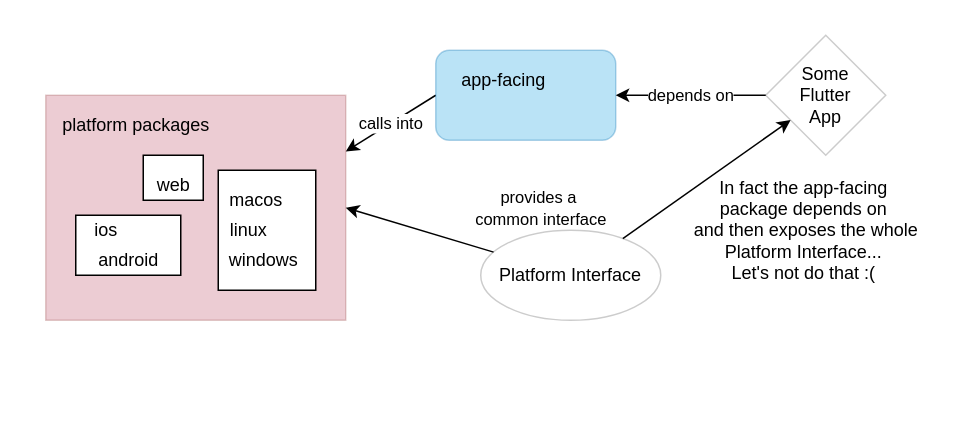
This is page "Federated Plugin" (1 of 7) of packages/flutter-plugins/flutter_box2d/flutter_box2d/docs/design/overall.dio from enspyrco/monorepo, a draw.io file, before an edit. Source tidied: cells renumbered, new cells numbered last; positions are measured from the earlier drawing's top-left corner, leaving out a move shared by most shapes. Both pictures are drawn from the tidied source at 150%, with x=0, y=0 at pixel (45, 34).
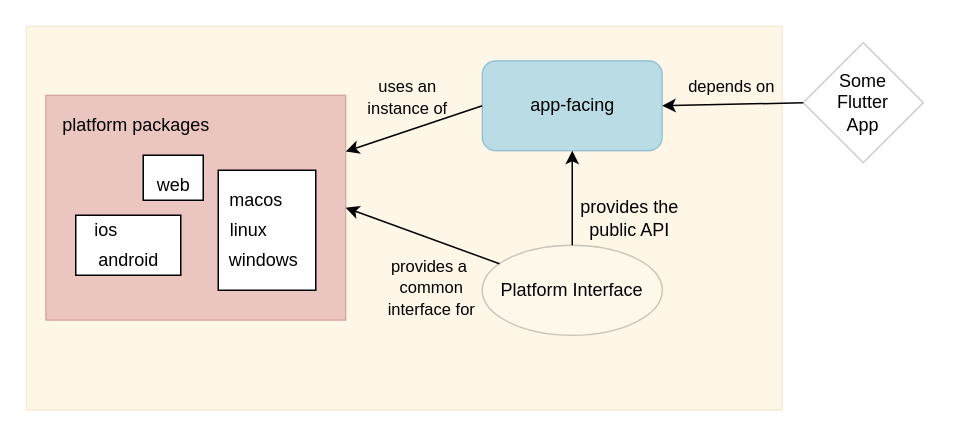
The same page after the edit.

The change refers to these unchanged cells:
```xml
<mxCell id="4" style="whiteSpace=wrap;html=1;fillColor=#a20025;fontColor=#ffffff;strokeColor=#6F0000;opacity=20;" parent="1" vertex="1">
  <mxGeometry y="40" width="200" height="150" as="geometry" />
</mxCell>
```

What changed in the source:
```diff
@@
+    <mxCell id="23" style="whiteSpace=wrap;html=1;fillColor=#f0a30a;fontColor=#000000;strokeColor=#BD7000;opacity=10;" parent="1" vertex="1">
+      <mxGeometry x="-13" y="-6" width="504" height="256" as="geometry" />
+    </mxCell>
-    <mxCell id="2" value="calls into" style="edgeStyle=none;html=1;exitX=0;exitY=0.5;exitDx=0;exitDy=0;entryX=1;entryY=0.25;entryDx=0;entryDy=0;" parent="1" edge="1" source="3" target="4">
+    <mxCell id="2" style="edgeStyle=none;html=1;exitX=0;exitY=0.5;exitDx=0;exitDy=0;entryX=1;entryY=0.25;entryDx=0;entryDy=0;" parent="1" edge="1" source="3" target="4">
       <mxGeometry relative="1" as="geometry" />
     </mxCell>
     <mxCell id="3" style="rounded=1;whiteSpace=wrap;html=1;fillColor=#1ba1e2;fontColor=#ffffff;strokeColor=#006EAF;opacity=30;" parent="1" vertex="1">
-      <mxGeometry x="260" y="10" width="120" height="60" as="geometry" />
+      <mxGeometry x="291" y="17" width="120" height="60" as="geometry" />
     </mxCell>
@@
     <mxCell id="8" value="app-facing" style="text;html=1;align=center;verticalAlign=middle;strokeColor=none;fillColor=none;" parent="1" vertex="1">
-      <mxGeometry x="270" y="20" width="70" height="20" as="geometry" />
+      <mxGeometry x="316" y="37" width="70" height="20" as="geometry" />
     </mxCell>
@@
-    <mxCell id="16" value="depends on" style="edgeStyle=none;html=1;exitX=0;exitY=0.5;exitDx=0;exitDy=0;entryX=1;entryY=0.5;entryDx=0;entryDy=0;" parent="1" edge="1" source="17" target="3">
+    <mxCell id="16" style="edgeStyle=none;html=1;exitX=0;exitY=0.5;exitDx=0;exitDy=0;entryX=1;entryY=0.5;entryDx=0;entryDy=0;" parent="1" edge="1" source="17" target="3">
       <mxGeometry relative="1" as="geometry" />
     </mxCell>
     <mxCell id="17" value="Some&lt;br&gt;Flutter&lt;br&gt;App" style="rhombus;whiteSpace=wrap;html=1;opacity=20;" parent="1" vertex="1">
-      <mxGeometry x="480" width="80" height="80" as="geometry" />
+      <mxGeometry x="505" y="5" width="80" height="80" as="geometry" />
     </mxCell>
@@
-    <mxCell id="19" style="edgeStyle=none;html=1;" parent="1" edge="1" source="20" target="17">
+    <mxCell id="19" style="edgeStyle=none;html=1;entryX=0.5;entryY=1;entryDx=0;entryDy=0;" parent="1" edge="1" source="20" target="3">
       <mxGeometry relative="1" as="geometry" />
     </mxCell>
     <mxCell id="20" value="Platform Interface" style="ellipse;whiteSpace=wrap;html=1;opacity=20;" parent="1" vertex="1">
-      <mxGeometry x="290" y="130" width="120" height="60" as="geometry" />
+      <mxGeometry x="291" y="140" width="120" height="60" as="geometry" />
     </mxCell>
-    <mxCell id="21" value="&lt;span style=&quot;font-size: 11px&quot;&gt;provides a&amp;nbsp;&lt;/span&gt;&lt;br style=&quot;font-size: 11px&quot;&gt;&lt;span style=&quot;font-size: 11px&quot;&gt;common&amp;nbsp;&lt;/span&gt;&lt;span style=&quot;font-size: 11px&quot;&gt;interface&lt;/span&gt;" style="text;html=1;align=center;verticalAlign=middle;strokeColor=none;fillColor=none;" parent="1" vertex="1">
-      <mxGeometry x="280" y="100" width="100" height="30" as="geometry" />
+    <mxCell id="21" value="&lt;span style=&quot;font-size: 11px&quot;&gt;provides a&amp;nbsp;&lt;/span&gt;&lt;br style=&quot;font-size: 11px&quot;&gt;&lt;span style=&quot;font-size: 11px&quot;&gt;common&lt;br&gt;&lt;/span&gt;&lt;span style=&quot;font-size: 11px&quot;&gt;interface for&lt;br&gt;&lt;/span&gt;" style="text;html=1;align=center;verticalAlign=middle;strokeColor=none;fillColor=none;" parent="1" vertex="1">
+      <mxGeometry x="223" y="144" width="68" height="48" as="geometry" />
     </mxCell>
-    <mxCell id="22" value="In fact the app-facing&lt;br&gt;package depends on&lt;br&gt;&amp;nbsp;and then exposes the whole&lt;br&gt;Platform Interface...&lt;br&gt;Let's not do that :(" style="text;html=1;align=center;verticalAlign=middle;strokeColor=none;fillColor=none;" parent="1" vertex="1">
-      <mxGeometry x="420" y="90" width="170" height="80" as="geometry" />
+    <mxCell id="22" value="provides the&lt;br&gt;public API" style="text;html=1;align=center;verticalAlign=middle;strokeColor=none;fillColor=none;" parent="1" vertex="1">
+      <mxGeometry x="351" y="106" width="75" height="32" as="geometry" />
     </mxCell>
+    <mxCell id="24" value="&lt;span style=&quot;font-size: 11px&quot;&gt;uses an &lt;br&gt;instance of&lt;/span&gt;&lt;span style=&quot;font-size: 11px&quot;&gt;&lt;br&gt;&lt;/span&gt;" style="text;html=1;align=center;verticalAlign=middle;strokeColor=none;fillColor=none;" parent="1" vertex="1">
+      <mxGeometry x="209" y="24" width="63" height="33" as="geometry" />
+    </mxCell>
+    <mxCell id="25" value="&lt;span style=&quot;font-size: 11px&quot;&gt;depends on&lt;/span&gt;&lt;span style=&quot;font-size: 11px&quot;&gt;&lt;br&gt;&lt;/span&gt;" style="text;html=1;align=center;verticalAlign=middle;strokeColor=none;fillColor=none;" parent="1" vertex="1">
+      <mxGeometry x="423" y="24" width="68" height="19" as="geometry" />
+    </mxCell>
```
